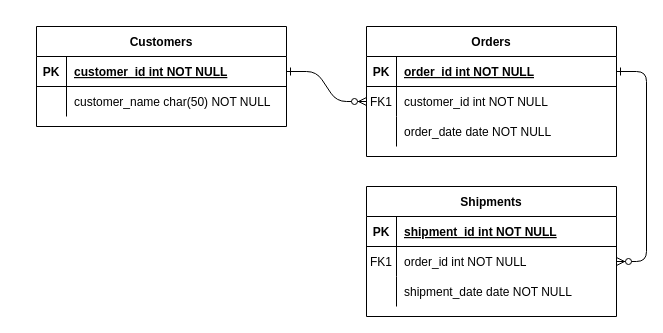
This is Untitled Diagram.drawio from sodiqgainu/100-PROJECT-HTML-CSS-JS, a draw.io file, before an edit. Source tidied: cells renumbered, new cells numbered last; positions are measured from the earlier drawing's top-left corner, leaving out a move shared by most shapes. Both pictures are drawn from the tidied source at 100%, with x=0, y=0 at pixel (36, 26).
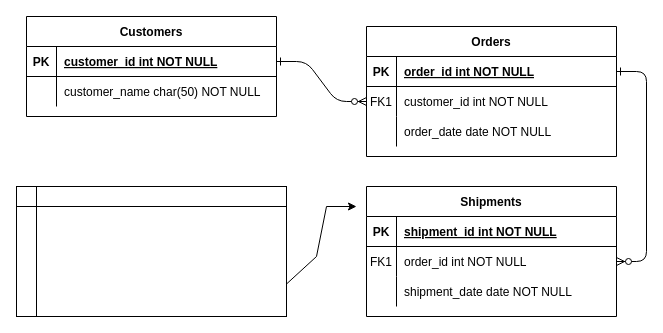
The same page after the edit.

Diff of the diagram source:
```diff
@@
     <mxCell id="24" value="Customers" style="shape=table;startSize=30;childLayout=tableLayout;rowLines=0;fontStyle=1;align=center;" parent="1" vertex="1">
-      <mxGeometry width="250" height="100" as="geometry" />
+      <mxGeometry x="-10" y="-10" width="250" height="100" as="geometry" />
     </mxCell>
@@
+    <mxCell id="31" style="shape=internalStorage;whiteSpace=wrap;html=1;backgroundOutline=1;" parent="1" vertex="1">
+      <mxGeometry x="-20" y="160" width="270" height="130" as="geometry" />
+    </mxCell>
+    <mxCell id="32" style="endArrow=classic;html=1;rounded=0;exitX=1;exitY=0.75;exitDx=0;exitDy=0;" parent="1" edge="1" source="31">
+      <mxGeometry relative="1" as="geometry">
+        <mxPoint x="320" y="180" as="targetPoint" />
+        <Array as="points">
+          <mxPoint x="280" y="230" />
+          <mxPoint x="290" y="180" />
+        </Array>
+      </mxGeometry>
+    </mxCell>
```
